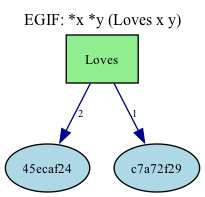
Before: visual_output/binary_relation.png, a diagram exported from Graphviz (mijahauan/Arisbe). Its source is kept beside it as visual_output/binary_relation.dot.
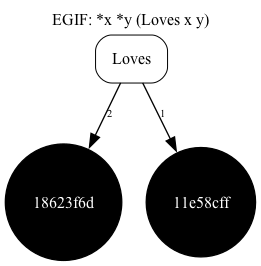
Later version of the same file.

The edit, as a diff of the source:
```diff
@@ -1,15 +1,16 @@
 digraph EG {
   rankdir=TB;
   compound=true;
-  node [fontsize=10];
+  node [fontsize=12, fontname="Times-Roman"];
+  edge [penwidth=1.00, color=black];
 
   label="EGIF: *x *y (Loves x y)";
   labelloc="t";
   fontsize=12;
 
-  "pred_e_1347eb43" [label="Loves", shape=box, style=filled, fillcolor=lightgreen];
-  "Vertex(id='v_45ecaf24', label=None, is_generic=True)" [label="45ecaf24", shape=ellipse, style=filled, fillcolor=lightblue];
-  "Vertex(id='v_c7a72f29', label=None, is_generic=True)" [label="c7a72f29", shape=ellipse, style=filled, fillcolor=lightblue];
-  "pred_e_1347eb43" -> "Vertex(id='v_c7a72f29', label=None, is_generic=True)" [label="1", color=darkblue, fontsize=8];
-  "pred_e_1347eb43" -> "Vertex(id='v_45ecaf24', label=None, is_generic=True)" [label="2", color=darkblue, fontsize=8];
+  "pred_e_6752d1af" [label="Loves", shape=box, style=rounded, penwidth=0.75, fontname="Times-Roman"];
+  "Vertex(id='v_18623f6d', label=None, is_generic=True)" [label="18623f6d", shape=circle, width=0.069, height=0.069, style=filled, fillcolor=black, fontcolor=white, fontname="Times-Roman"];
+  "Vertex(id='v_11e58cff', label=None, is_generic=True)" [label="11e58cff", shape=circle, width=0.069, height=0.069, style=filled, fillcolor=black, fontcolor=white, fontname="Times-Roman"];
+  "pred_e_6752d1af" -> "Vertex(id='v_11e58cff', label=None, is_generic=True)" [label="1", color=black, penwidth=1.00, fontsize=8, fontname="Times-Roman"];
+  "pred_e_6752d1af" -> "Vertex(id='v_18623f6d', label=None, is_generic=True)" [label="2", color=black, penwidth=1.00, fontsize=8, fontname="Times-Roman"];
 }
```
